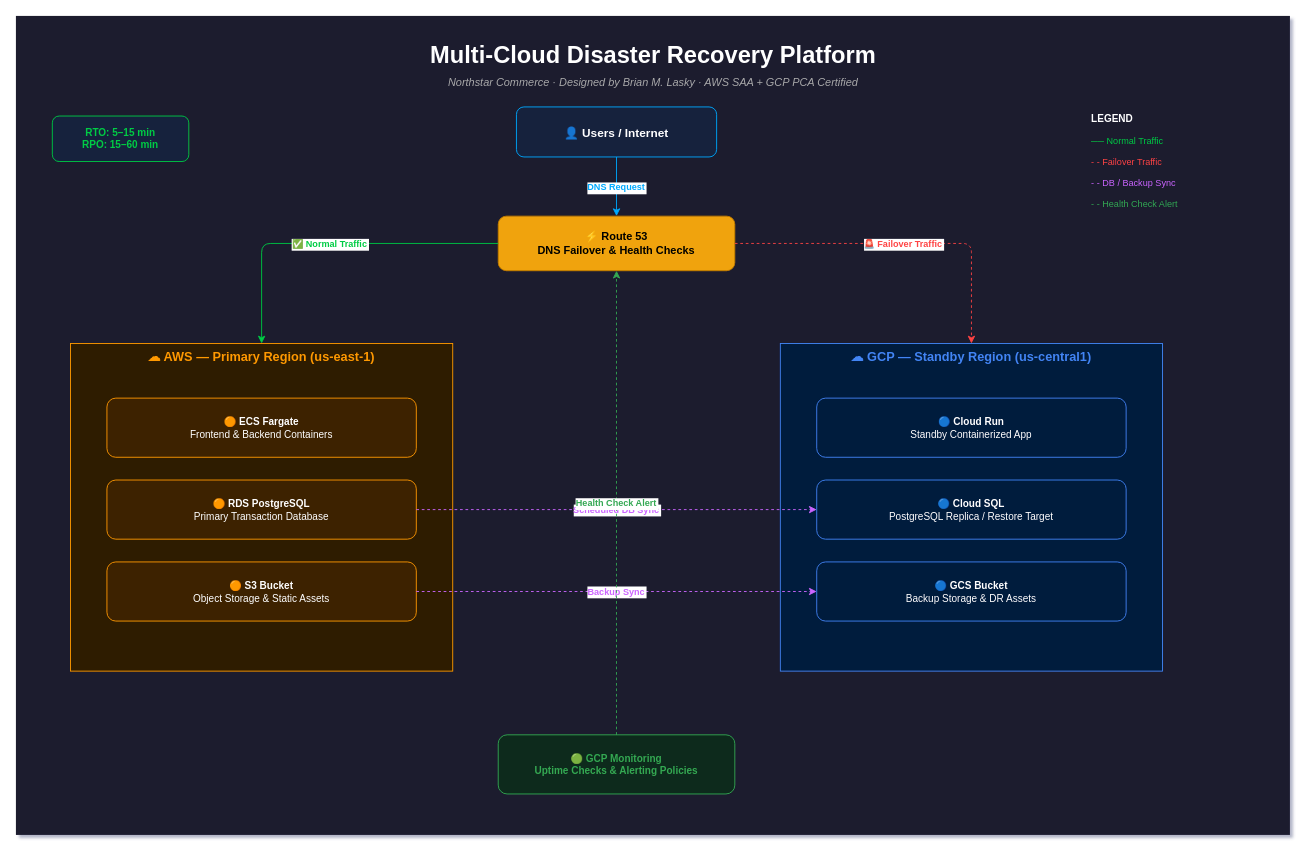
Earlier version of the draw.io diagram docs/architecture-diagram.drawio (brianmlasky-dev/multi-cloud-dr-platform). Source tidied: cells renumbered, new cells numbered last; positions are measured from the earlier drawing's top-left corner, leaving out a move shared by most shapes. Both pictures are drawn from the tidied source at 91%, with x=0, y=0 at pixel (15, 15).
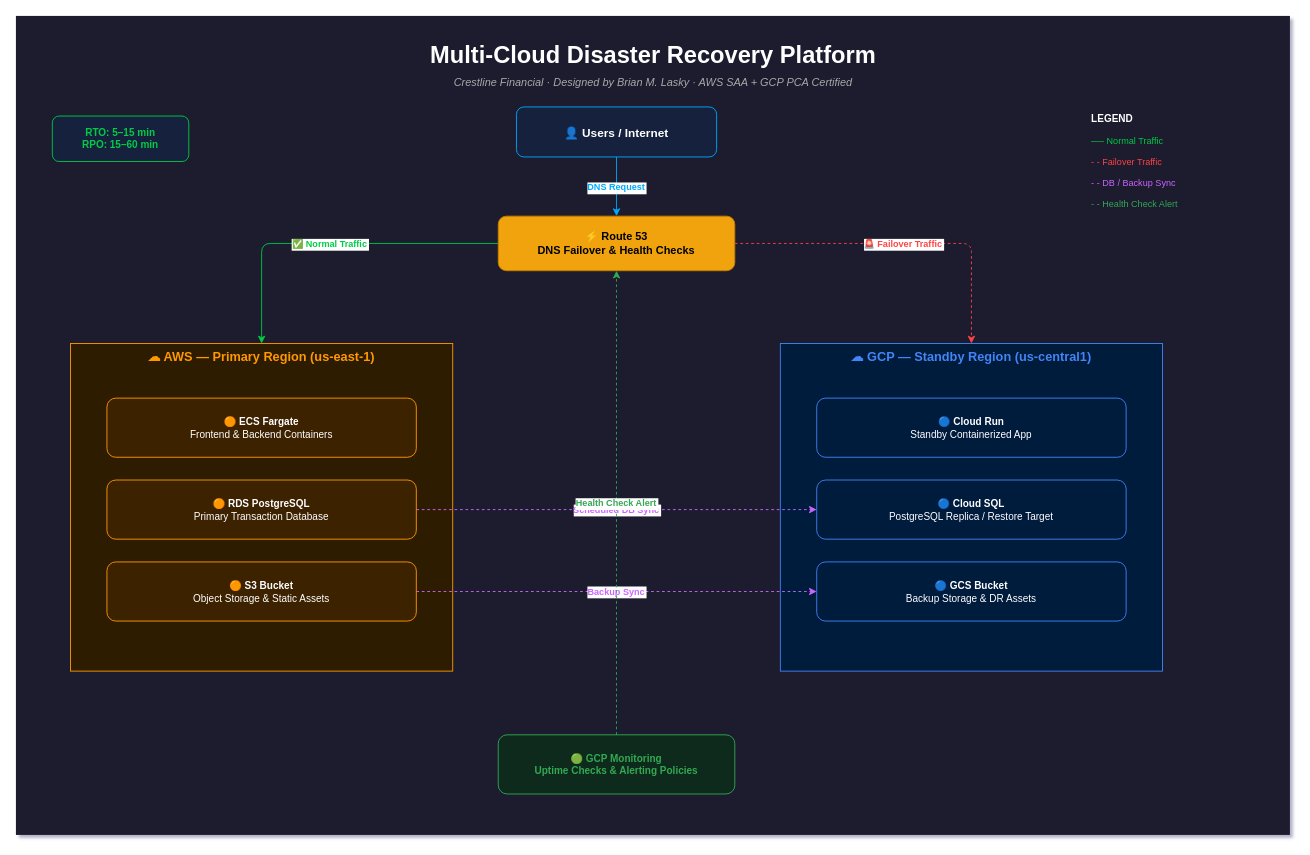
After the change.

Commit message:
Fix company name to Crestline Financial in architecture diagram

What changed in the source:
```diff
@@
-    <mxCell id="4" value="Northstar Commerce · Designed by Brian M. Lasky · AWS SAA + GCP PCA Certified" style="text;html=1;strokeColor=none;fillColor=none;align=center;verticalAlign=middle;fontSize=12;fontColor=#aaaaaa;fontStyle=2;" parent="1" vertex="1">
+    <mxCell id="4" value="Crestline Financial · Designed by Brian M. Lasky · AWS SAA + GCP PCA Certified" style="text;html=1;strokeColor=none;fillColor=none;align=center;verticalAlign=middle;fontSize=12;fontColor=#aaaaaa;fontStyle=2;" parent="1" vertex="1">
       <mxGeometry x="300" y="60" width="800" height="25" as="geometry" />
     </mxCell>
```
